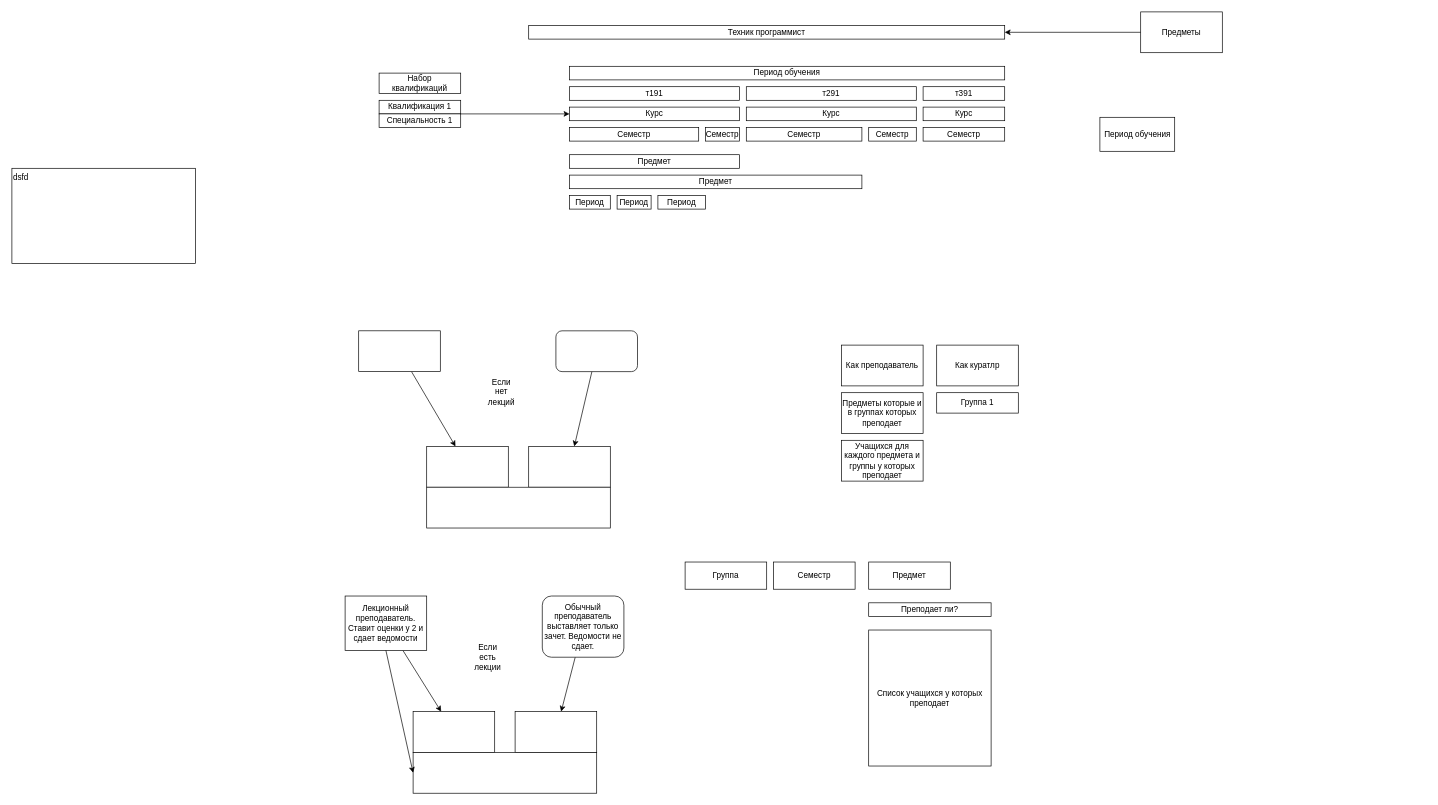
Earlier version of the draw.io diagram page "Страница 1" (1 of 2) of GradeReport.drawio (mkornevich/GradeReport). Source tidied: cells renumbered, new cells numbered last; positions are measured from the earlier drawing's top-left corner, leaving out a move shared by most shapes. Both pictures are drawn from the tidied source at 68%, with x=0, y=0 at pixel (12, 12).
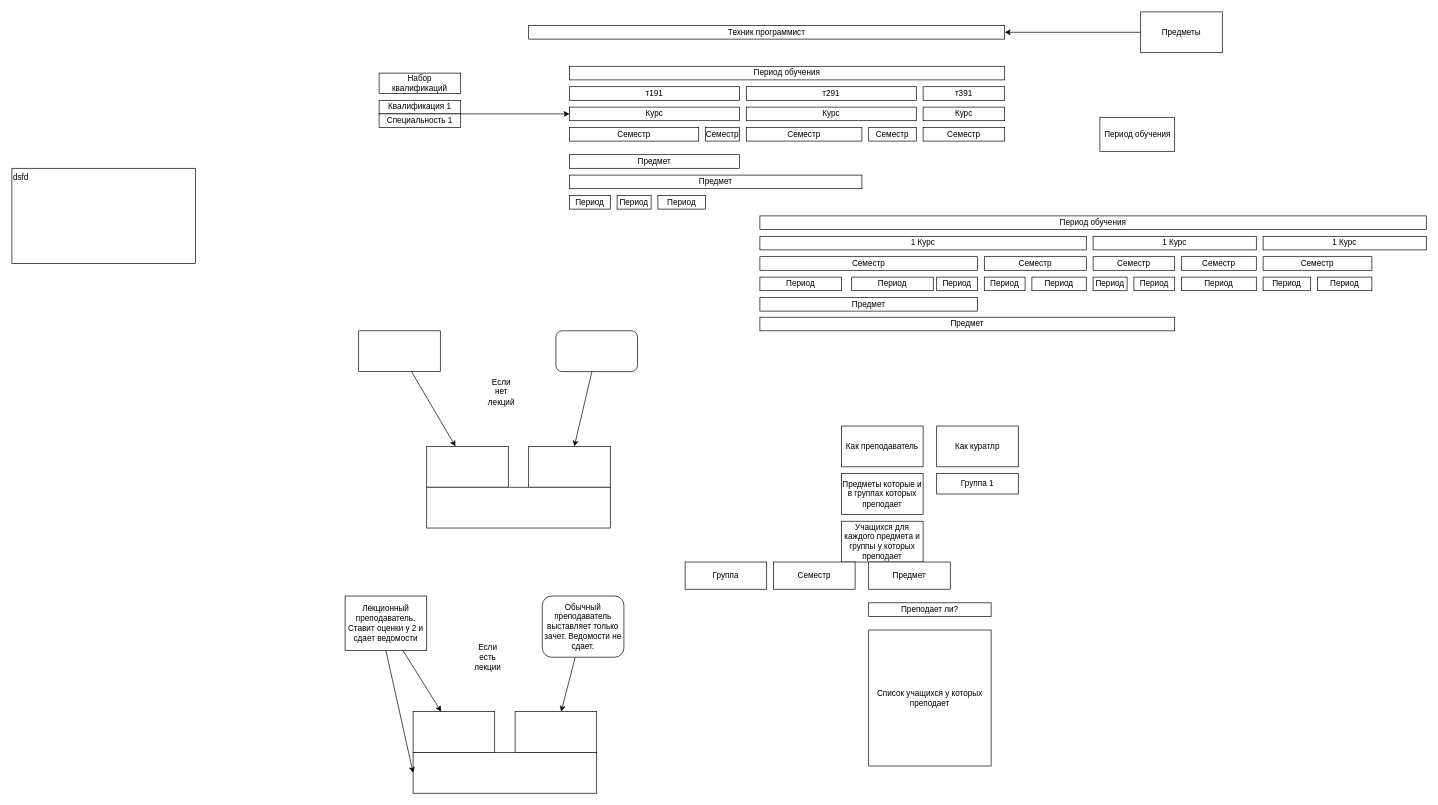
The same diagram, later.

The edit, as a diff of the source:
```diff
@@
     <mxCell id="34" value="Как преподаватель" style="rounded=0;whiteSpace=wrap;html=1;" parent="1" vertex="1">
-      <mxGeometry x="1220" y="490" width="120" height="60" as="geometry" />
+      <mxGeometry x="1220" y="609" width="120" height="60" as="geometry" />
     </mxCell>
     <mxCell id="35" value="Как куратлр" style="rounded=0;whiteSpace=wrap;html=1;" parent="1" vertex="1">
-      <mxGeometry x="1360" y="490" width="120" height="60" as="geometry" />
+      <mxGeometry x="1360" y="609" width="120" height="60" as="geometry" />
     </mxCell>
     <mxCell id="36" value="Предметы которые и в группах которых преподает" style="rounded=0;whiteSpace=wrap;html=1;" parent="1" vertex="1">
-      <mxGeometry x="1220" y="560" width="120" height="60" as="geometry" />
+      <mxGeometry x="1220" y="679" width="120" height="60" as="geometry" />
     </mxCell>
     <mxCell id="37" value="Учащихся для каждого предмета и группы у которых преподает" style="rounded=0;whiteSpace=wrap;html=1;" parent="1" vertex="1">
-      <mxGeometry x="1220" y="630" width="120" height="60" as="geometry" />
+      <mxGeometry x="1220" y="749" width="120" height="60" as="geometry" />
     </mxCell>
     <mxCell id="38" value="Группа 1" style="rounded=0;whiteSpace=wrap;html=1;" parent="1" vertex="1">
-      <mxGeometry x="1360" y="560" width="120" height="30" as="geometry" />
+      <mxGeometry x="1360" y="679" width="120" height="30" as="geometry" />
     </mxCell>
@@
+    <mxCell id="55" value="Период обучения" style="rounded=0;whiteSpace=wrap;html=1;" parent="1" vertex="1">
+      <mxGeometry x="1100" y="300" width="980" height="20" as="geometry" />
+    </mxCell>
+    <mxCell id="56" value="1 Курс" style="rounded=0;whiteSpace=wrap;html=1;" parent="1" vertex="1">
+      <mxGeometry x="1100" y="330" width="480" height="20" as="geometry" />
+    </mxCell>
+    <mxCell id="57" value="1 Курс" style="rounded=0;whiteSpace=wrap;html=1;" parent="1" vertex="1">
+      <mxGeometry x="1590" y="330" width="240" height="20" as="geometry" />
+    </mxCell>
+    <mxCell id="58" value="1 Курс" style="rounded=0;whiteSpace=wrap;html=1;" parent="1" vertex="1">
+      <mxGeometry x="1840" y="330" width="240" height="20" as="geometry" />
+    </mxCell>
+    <mxCell id="59" value="Семестр" style="rounded=0;whiteSpace=wrap;html=1;" parent="1" vertex="1">
+      <mxGeometry x="1100" y="360" width="320" height="20" as="geometry" />
+    </mxCell>
+    <mxCell id="60" value="Семестр" style="rounded=0;whiteSpace=wrap;html=1;" parent="1" vertex="1">
+      <mxGeometry x="1430" y="360" width="150" height="20" as="geometry" />
+    </mxCell>
+    <mxCell id="61" value="Семестр" style="rounded=0;whiteSpace=wrap;html=1;" parent="1" vertex="1">
+      <mxGeometry x="1590" y="360" width="120" height="20" as="geometry" />
+    </mxCell>
+    <mxCell id="62" value="Семестр" style="rounded=0;whiteSpace=wrap;html=1;" parent="1" vertex="1">
+      <mxGeometry x="1720" y="360" width="110" height="20" as="geometry" />
+    </mxCell>
+    <mxCell id="63" value="Семестр" style="rounded=0;whiteSpace=wrap;html=1;" parent="1" vertex="1">
+      <mxGeometry x="1840" y="360" width="160" height="20" as="geometry" />
+    </mxCell>
+    <mxCell id="64" value="Период" style="rounded=0;whiteSpace=wrap;html=1;" parent="1" vertex="1">
+      <mxGeometry x="1100" y="390" width="120" height="20" as="geometry" />
+    </mxCell>
+    <mxCell id="65" value="Период" style="rounded=0;whiteSpace=wrap;html=1;" parent="1" vertex="1">
+      <mxGeometry x="1235" y="390" width="120" height="20" as="geometry" />
+    </mxCell>
+    <mxCell id="66" value="Период" style="rounded=0;whiteSpace=wrap;html=1;" parent="1" vertex="1">
+      <mxGeometry x="1360" y="390" width="60" height="20" as="geometry" />
+    </mxCell>
+    <mxCell id="67" value="Период" style="rounded=0;whiteSpace=wrap;html=1;" parent="1" vertex="1">
+      <mxGeometry x="1430" y="390" width="60" height="20" as="geometry" />
+    </mxCell>
+    <mxCell id="68" value="Период" style="rounded=0;whiteSpace=wrap;html=1;" parent="1" vertex="1">
+      <mxGeometry x="1500" y="390" width="80" height="20" as="geometry" />
+    </mxCell>
+    <mxCell id="69" value="Период" style="rounded=0;whiteSpace=wrap;html=1;" parent="1" vertex="1">
+      <mxGeometry x="1590" y="390" width="50" height="20" as="geometry" />
+    </mxCell>
+    <mxCell id="70" value="Период" style="rounded=0;whiteSpace=wrap;html=1;" parent="1" vertex="1">
+      <mxGeometry x="1650" y="390" width="60" height="20" as="geometry" />
+    </mxCell>
+    <mxCell id="71" value="Период" style="rounded=0;whiteSpace=wrap;html=1;" parent="1" vertex="1">
+      <mxGeometry x="1920" y="390" width="80" height="20" as="geometry" />
+    </mxCell>
+    <mxCell id="72" value="Период" style="rounded=0;whiteSpace=wrap;html=1;" parent="1" vertex="1">
+      <mxGeometry x="1840" y="390" width="70" height="20" as="geometry" />
+    </mxCell>
+    <mxCell id="73" value="Период" style="rounded=0;whiteSpace=wrap;html=1;" parent="1" vertex="1">
+      <mxGeometry x="1720" y="390" width="110" height="20" as="geometry" />
+    </mxCell>
+    <mxCell id="74" value="Предмет" style="rounded=0;whiteSpace=wrap;html=1;" parent="1" vertex="1">
+      <mxGeometry x="1100" y="420" width="320" height="20" as="geometry" />
+    </mxCell>
+    <mxCell id="75" value="Предмет" style="rounded=0;whiteSpace=wrap;html=1;" parent="1" vertex="1">
+      <mxGeometry x="1100" y="449" width="610" height="20" as="geometry" />
+    </mxCell>
```
